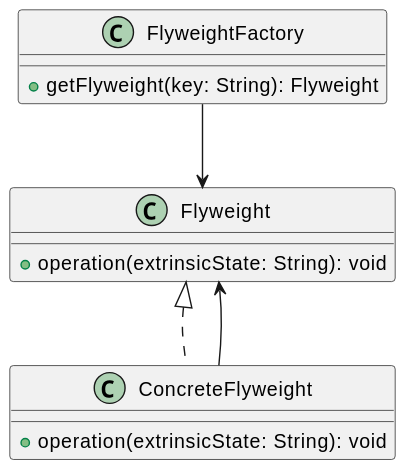
This is out/patterns/flyweight/flyweight.svg from KubEF/architecture-learn-materials, a PlantUML export, as it was before one commit. Source of this version:
```plantuml
@startuml
class Flyweight {
    +operation(extrinsicState: String): void
}

class ConcreteFlyweight implements Flyweight {
    +operation(extrinsicState: String): void
}

class FlyweightFactory {
    +getFlyweight(key: String): Flyweight
}

FlyweightFactory --> Flyweight
ConcreteFlyweight --> Flyweight
@enduml
```
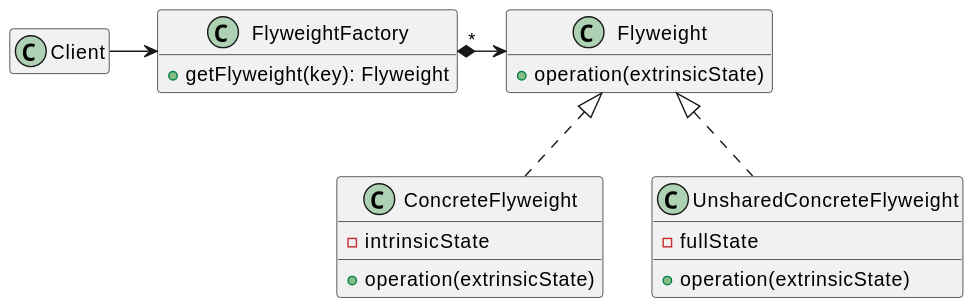
The same file after the commit.

What changed in the source:
```diff
@@ -1,16 +1,27 @@
 @startuml
+hide empty members
+
+class Client{}
+
 class Flyweight {
-    +operation(extrinsicState: String): void
+    +operation(extrinsicState)
+}
+
+
+class FlyweightFactory {
+    +getFlyweight(key): Flyweight
 }
 
 class ConcreteFlyweight implements Flyweight {
-    +operation(extrinsicState: String): void
+    -intrinsicState
+    +operation(extrinsicState)
 }
 
-class FlyweightFactory {
-    +getFlyweight(key: String): Flyweight
+class UnsharedConcreteFlyweight implements Flyweight{
+    -fullState
+    +operation(extrinsicState)
 }
 
-FlyweightFactory --> Flyweight
-ConcreteFlyweight --> Flyweight
+Client -> FlyweightFactory
+FlyweightFactory "*"*-> Flyweight
 @enduml
```
